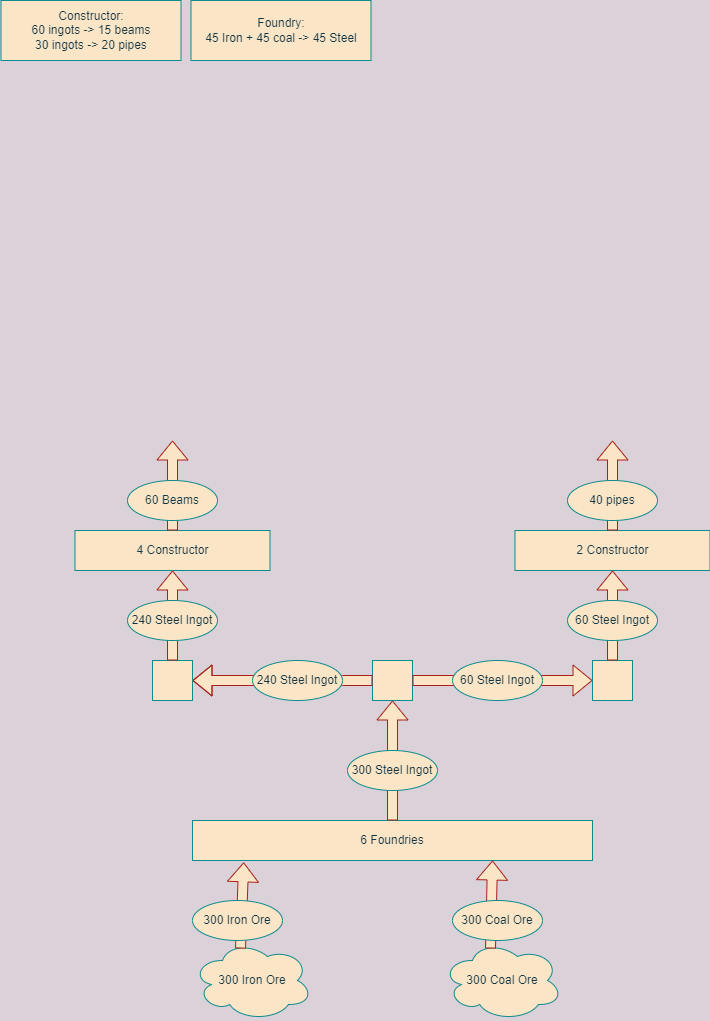
Before: steel.drawio.png, a diagram exported from draw.io (nlarsen31/Factories). Source tidied: cells renumbered, new cells last; positions are measured from the earlier drawing's top-left corner, leaving out a move shared by most shapes.
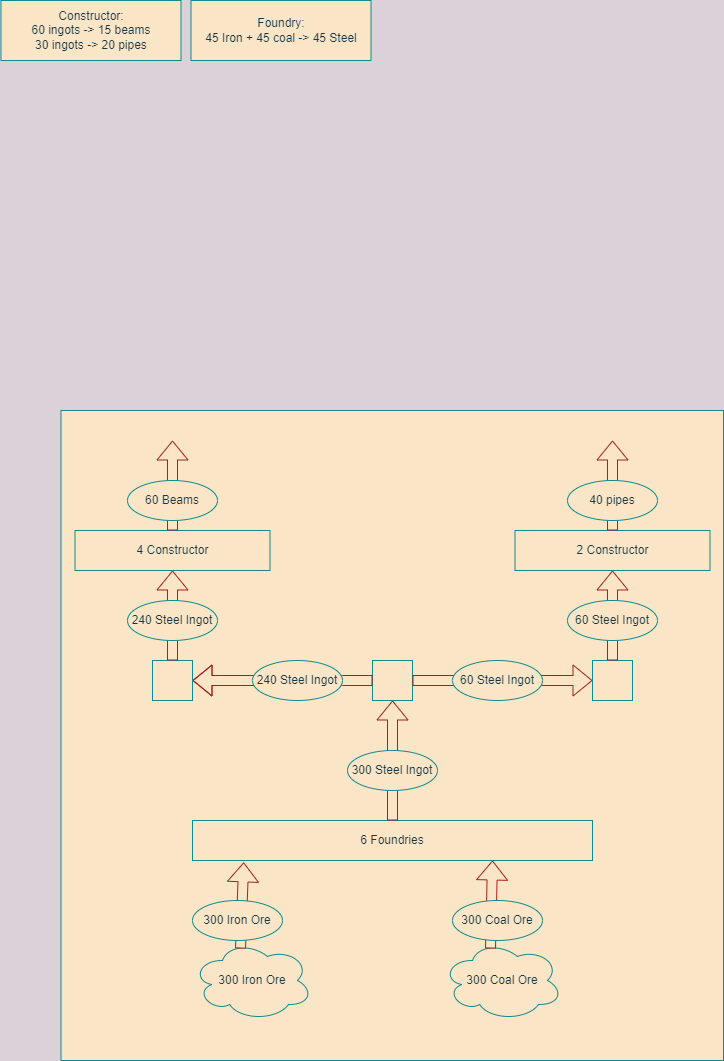
The same diagram one commit later.

Diff of the diagram source:
```diff
@@ -2,6 +2,9 @@
   <root>
     <mxCell id="0" />
     <mxCell id="1" parent="0" />
+    <mxCell id="30" style="rounded=0;whiteSpace=wrap;html=1;fontColor=#143642;strokeColor=#0F8B8D;fillColor=#FAE5C7;" parent="1" vertex="1">
+      <mxGeometry x="59.5" y="410" width="662.5" height="650" as="geometry" />
+    </mxCell>
     <mxCell id="2" value="300 Iron Ore" style="ellipse;shape=cloud;whiteSpace=wrap;html=1;fontColor=#143642;strokeColor=#0F8B8D;fillColor=#FAE5C7;" parent="1" vertex="1">
       <mxGeometry x="191" y="940" width="120" height="80" as="geometry" />
     </mxCell>
```
